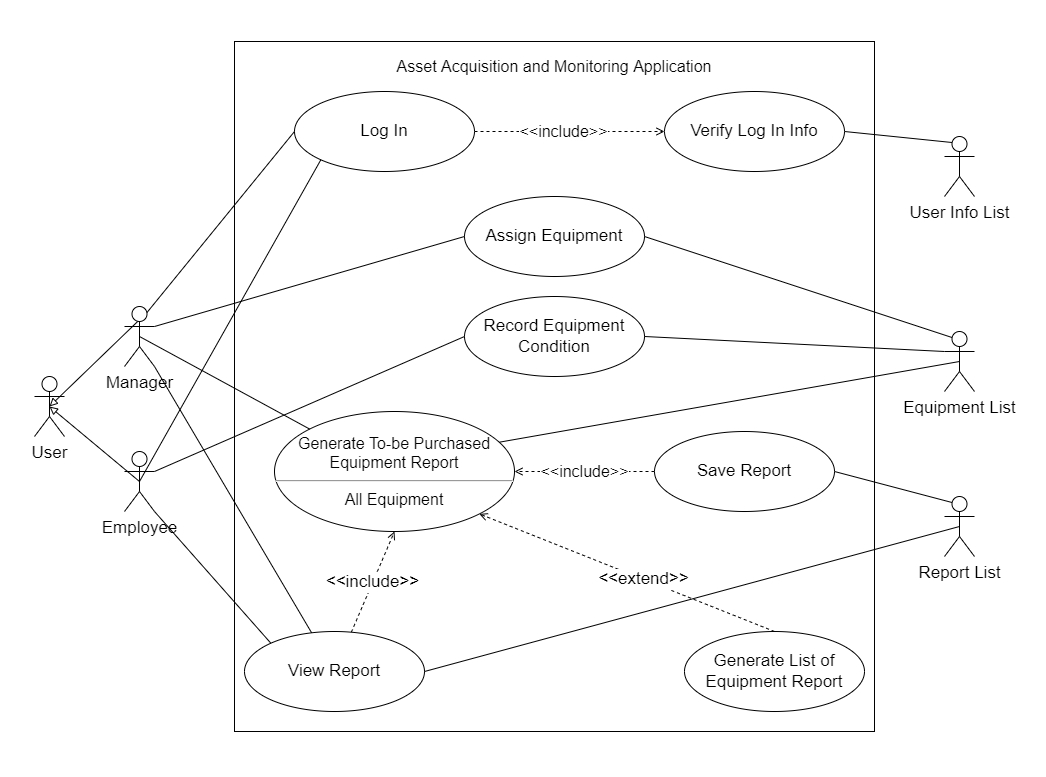
Before: UMLS/Use Case.drawio.png, a diagram exported from draw.io (KillaDrex/Asset-Acquisition-Monitoring-System). Source tidied: cells renumbered, new cells last; positions are measured from the earlier drawing's top-left corner, leaving out a move shared by most shapes.
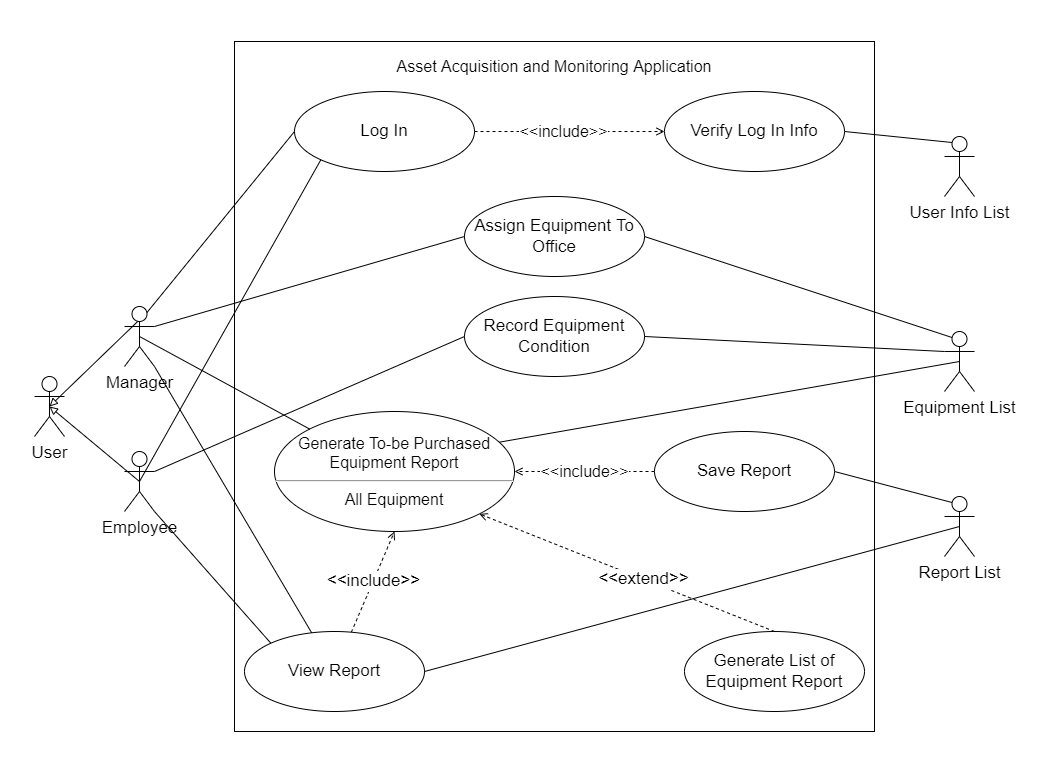
The same diagram one commit later.

Commit message:
Revised Use Case Diagram

What changed in the source:
```diff
@@ -19,7 +19,7 @@
     <mxCell id="5" value="Log In" style="ellipse;whiteSpace=wrap;html=1;fontSize=17;" parent="1" vertex="1">
       <mxGeometry x="294" y="91" width="180" height="80" as="geometry" />
     </mxCell>
-    <mxCell id="6" value="Assign Equipment" style="ellipse;whiteSpace=wrap;html=1;fontSize=17;" parent="1" vertex="1">
+    <mxCell id="6" value="Assign Equipment To Office" style="ellipse;whiteSpace=wrap;html=1;fontSize=17;" parent="1" vertex="1">
       <mxGeometry x="464" y="196" width="180" height="80" as="geometry" />
     </mxCell>
     <mxCell id="7" value="Record Equipment Condition" style="ellipse;whiteSpace=wrap;html=1;fontSize=17;" parent="1" vertex="1">
```
